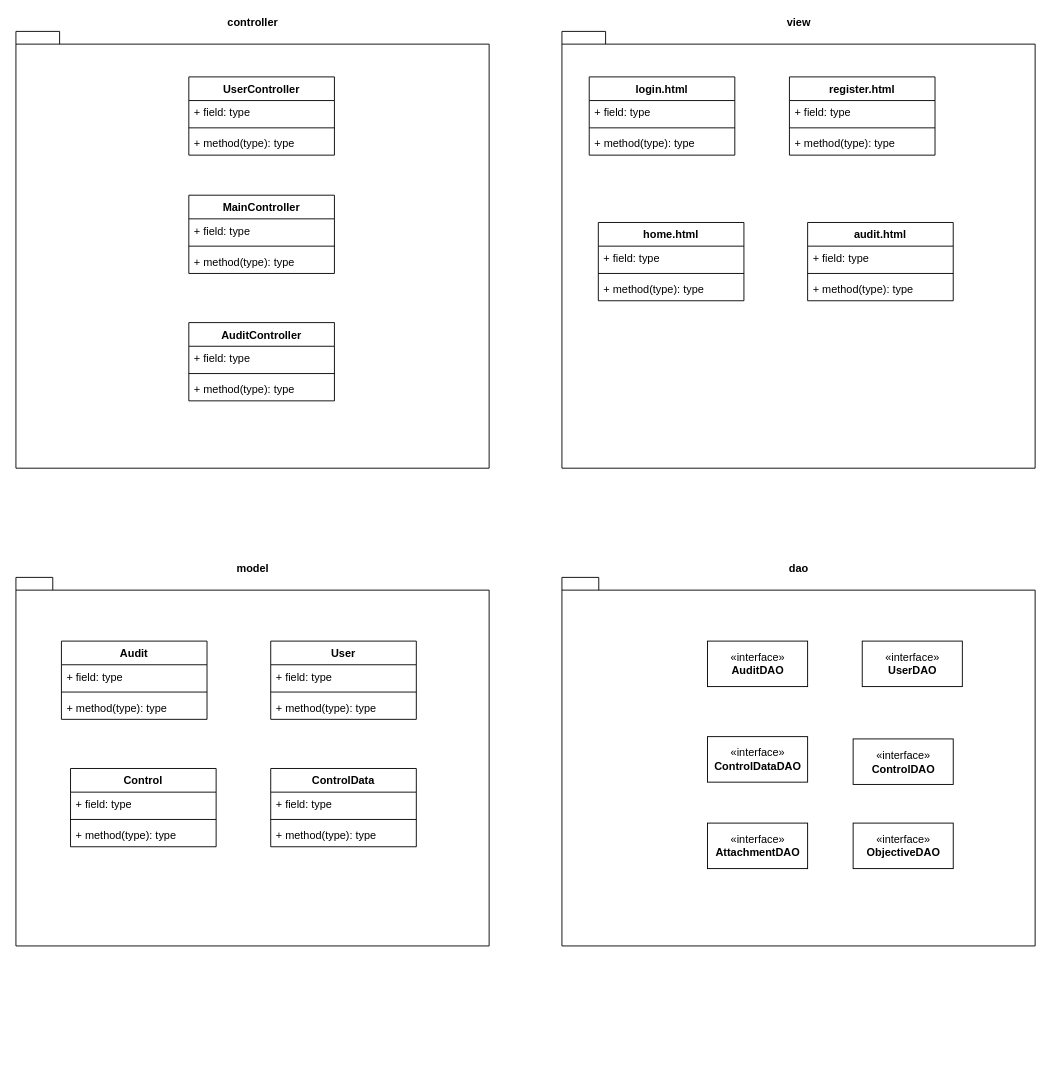
Before: classDiagram.drawio in Carrivax/diagrams, a draw.io diagram. Source tidied: cells renumbered, new cells numbered last; positions are measured from the earlier drawing's top-left corner, leaving out a move shared by most shapes. Both pictures are drawn from the tidied source at 91%, with x=0, y=0 at pixel (15, 31).
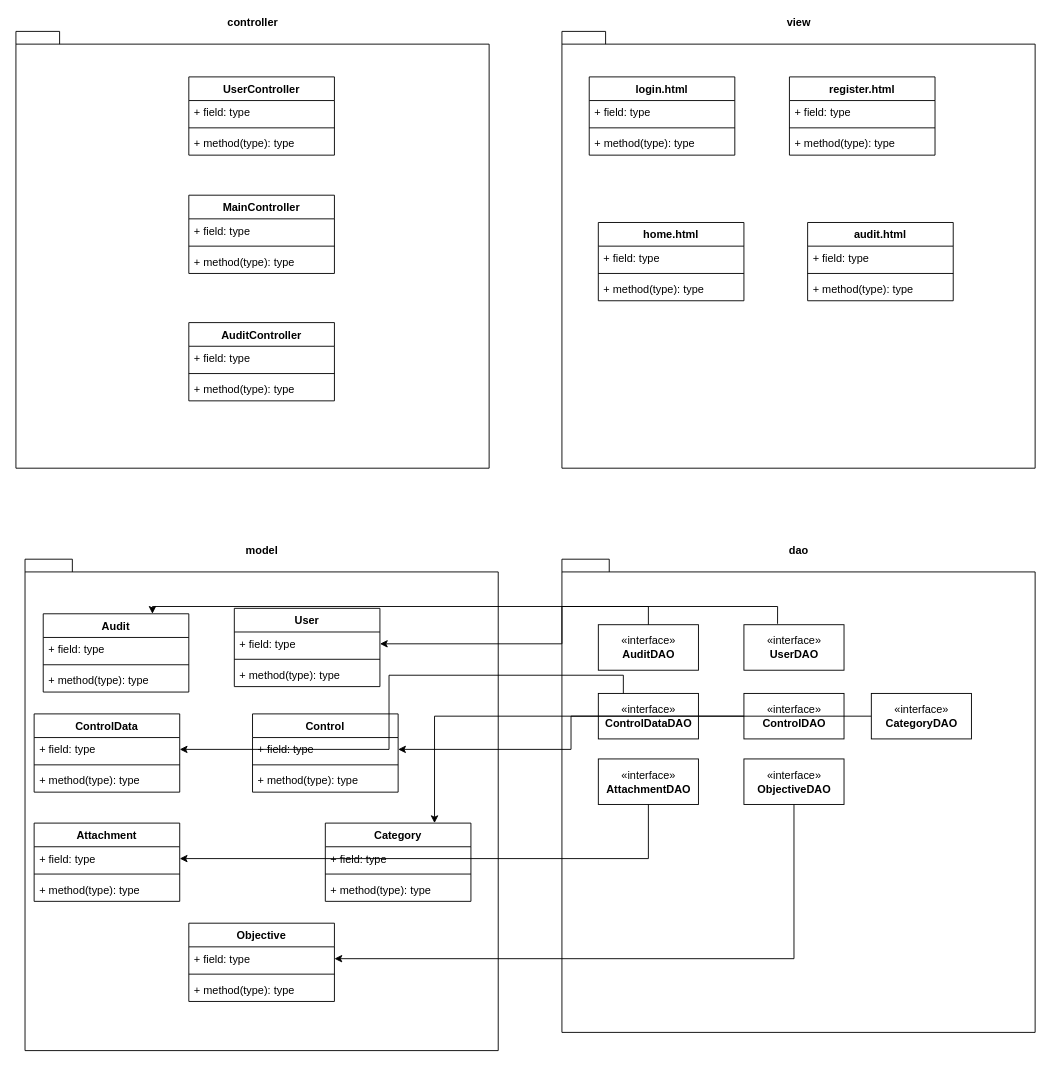
After the change.

The change refers to these unchanged cells:
```xml
<mxCell id="20" value="+ field: type" style="text;strokeColor=none;fillColor=none;align=left;verticalAlign=top;spacingLeft=4;spacingRight=4;overflow=hidden;points=[[0,0.5],[1,0.5]];portConstraint=eastwest;" parent="19" vertex="1">
  <mxGeometry y="26" width="160" height="26" as="geometry" />
</mxCell>
<mxCell id="28" value="+ field: type" style="text;strokeColor=none;fillColor=none;align=left;verticalAlign=top;spacingLeft=4;spacingRight=4;overflow=hidden;points=[[0,0.5],[1,0.5]];portConstraint=eastwest;" parent="27" vertex="1">
  <mxGeometry y="26" width="160" height="26" as="geometry" />
</mxCell>
<mxCell id="32" value="+ field: type" style="text;strokeColor=none;fillColor=none;align=left;verticalAlign=top;spacingLeft=4;spacingRight=4;overflow=hidden;points=[[0,0.5],[1,0.5]];portConstraint=eastwest;" parent="31" vertex="1">
  <mxGeometry y="26" width="160" height="26" as="geometry" />
</mxCell>
```

Diff of the diagram source:
```diff
@@
     <mxCell id="2" value="&lt;div&gt;model&lt;/div&gt;" style="shape=folder;fontStyle=1;spacingTop=10;tabWidth=40;tabHeight=14;tabPosition=left;html=1;labelPosition=center;verticalLabelPosition=top;align=center;verticalAlign=bottom;horizontal=1;" parent="1" vertex="1">
-      <mxGeometry y="600" width="520" height="405" as="geometry" />
+      <mxGeometry x="10" y="580" width="520" height="540" as="geometry" />
     </mxCell>
     <mxCell id="3" value="&lt;div&gt;dao&lt;/div&gt;" style="shape=folder;fontStyle=1;spacingTop=10;tabWidth=40;tabHeight=14;tabPosition=left;html=1;labelPosition=center;verticalLabelPosition=top;align=center;verticalAlign=bottom;horizontal=1;" parent="1" vertex="1">
-      <mxGeometry x="600" y="600" width="520" height="405" as="geometry" />
+      <mxGeometry x="600" y="580" width="520" height="520" as="geometry" />
     </mxCell>
@@
     <mxCell id="14" value="«interface»&lt;br&gt;&lt;b&gt;AuditDAO&lt;/b&gt;" style="html=1;" parent="1" vertex="1">
-      <mxGeometry x="760" y="670" width="110" height="50" as="geometry" />
+      <mxGeometry x="640" y="652" width="110" height="50" as="geometry" />
     </mxCell>
     <mxCell id="15" value="«interface»&lt;br&gt;&lt;b&gt;UserDAO&lt;/b&gt;" style="html=1;" parent="1" vertex="1">
-      <mxGeometry x="930" y="670" width="110" height="50" as="geometry" />
+      <mxGeometry x="800" y="652" width="110" height="50" as="geometry" />
     </mxCell>
     <mxCell id="16" value="«interface»&lt;br&gt;&lt;b&gt;ControlDataDAO&lt;/b&gt;" style="html=1;" parent="1" vertex="1">
-      <mxGeometry x="760" y="775" width="110" height="50" as="geometry" />
+      <mxGeometry x="640" y="727.5" width="110" height="50" as="geometry" />
     </mxCell>
     <mxCell id="17" value="«interface»&lt;br&gt;&lt;b&gt;ControlDAO&lt;/b&gt;" style="html=1;" parent="1" vertex="1">
-      <mxGeometry x="920" y="777.5" width="110" height="50" as="geometry" />
+      <mxGeometry x="800" y="727.5" width="110" height="50" as="geometry" />
     </mxCell>
     <mxCell id="18" value="«interface»&lt;br&gt;&lt;b&gt;AttachmentDAO&lt;/b&gt;" style="html=1;" parent="1" vertex="1">
-      <mxGeometry x="760" y="870" width="110" height="50" as="geometry" />
+      <mxGeometry x="640" y="799.5" width="110" height="50" as="geometry" />
     </mxCell>
     <mxCell id="19" value="User" style="swimlane;fontStyle=1;align=center;verticalAlign=top;horizontal=1;startSize=26;" parent="1" vertex="1">
-      <mxGeometry x="280" y="670" width="160" height="86" as="geometry" />
+      <mxGeometry x="240" y="634" width="160" height="86" as="geometry" />
     </mxCell>
@@
+    <mxCell id="56" style="edgeStyle=orthogonalEdgeStyle;rounded=0;jettySize=auto;html=1;exitX=0.5;exitY=0;exitDx=0;exitDy=0;entryX=0.75;entryY=0;entryDx=0;entryDy=0;" parent="1" edge="1" source="14" target="23">
+      <mxGeometry relative="1" as="geometry" />
+    </mxCell>
     <mxCell id="23" value="Audit" style="swimlane;fontStyle=1;align=center;verticalAlign=top;horizontal=1;startSize=26;" parent="1" vertex="1">
-      <mxGeometry x="50" y="670" width="160" height="86" as="geometry" />
+      <mxGeometry x="30" y="640" width="160" height="86" as="geometry" />
     </mxCell>
@@
     <mxCell id="27" value="Control" style="swimlane;fontStyle=1;align=center;verticalAlign=top;horizontal=1;startSize=26;" parent="1" vertex="1">
-      <mxGeometry x="60" y="810" width="160" height="86" as="geometry" />
+      <mxGeometry x="260" y="750" width="160" height="86" as="geometry" />
     </mxCell>
@@
     <mxCell id="31" value="ControlData" style="swimlane;fontStyle=1;align=center;verticalAlign=top;horizontal=1;startSize=26;" parent="1" vertex="1">
-      <mxGeometry x="280" y="810" width="160" height="86" as="geometry" />
+      <mxGeometry x="20" y="750" width="160" height="86" as="geometry" />
     </mxCell>
@@
     <mxCell id="47" value="«interface»&lt;br&gt;&lt;b&gt;ObjectiveDAO&lt;/b&gt;" style="html=1;" parent="1" vertex="1">
-      <mxGeometry x="920" y="870" width="110" height="50" as="geometry" />
+      <mxGeometry x="800" y="799.5" width="110" height="50" as="geometry" />
     </mxCell>
@@
+    <mxCell id="57" value="Attachment" style="swimlane;fontStyle=1;align=center;verticalAlign=top;horizontal=1;startSize=26;" parent="1" vertex="1">
+      <mxGeometry x="20" y="870" width="160" height="86" as="geometry" />
+    </mxCell>
+    <mxCell id="58" value="+ field: type" style="text;strokeColor=none;fillColor=none;align=left;verticalAlign=top;spacingLeft=4;spacingRight=4;overflow=hidden;points=[[0,0.5],[1,0.5]];portConstraint=eastwest;" parent="57" vertex="1">
+      <mxGeometry y="26" width="160" height="26" as="geometry" />
+    </mxCell>
+    <mxCell id="59" style="line;strokeWidth=1;fillColor=none;align=left;verticalAlign=middle;spacingTop=-1;spacingLeft=3;spacingRight=3;labelPosition=right;" parent="57" vertex="1">
+      <mxGeometry y="52" width="160" height="8" as="geometry" />
+    </mxCell>
+    <mxCell id="60" value="+ method(type): type" style="text;strokeColor=none;fillColor=none;align=left;verticalAlign=top;spacingLeft=4;spacingRight=4;overflow=hidden;" parent="57" vertex="1">
+      <mxGeometry y="60" width="160" height="26" as="geometry" />
+    </mxCell>
+    <mxCell id="61" value="Objective&#10;" style="swimlane;fontStyle=1;align=center;verticalAlign=top;horizontal=1;startSize=26;" parent="1" vertex="1">
+      <mxGeometry x="190" y="980" width="160" height="86" as="geometry" />
+    </mxCell>
+    <mxCell id="62" value="+ field: type" style="text;strokeColor=none;fillColor=none;align=left;verticalAlign=top;spacingLeft=4;spacingRight=4;overflow=hidden;points=[[0,0.5],[1,0.5]];portConstraint=eastwest;" parent="61" vertex="1">
+      <mxGeometry y="26" width="160" height="26" as="geometry" />
+    </mxCell>
+    <mxCell id="63" style="line;strokeWidth=1;fillColor=none;align=left;verticalAlign=middle;spacingTop=-1;spacingLeft=3;spacingRight=3;labelPosition=right;" parent="61" vertex="1">
+      <mxGeometry y="52" width="160" height="8" as="geometry" />
+    </mxCell>
+    <mxCell id="64" value="+ method(type): type" style="text;strokeColor=none;fillColor=none;align=left;verticalAlign=top;spacingLeft=4;spacingRight=4;overflow=hidden;" parent="61" vertex="1">
+      <mxGeometry y="60" width="160" height="26" as="geometry" />
+    </mxCell>
+    <mxCell id="65" style="edgeStyle=orthogonalEdgeStyle;rounded=0;jettySize=auto;html=1;entryX=0.75;entryY=0;entryDx=0;entryDy=0;" parent="1" edge="1" source="70" target="66">
+      <mxGeometry relative="1" as="geometry" />
+    </mxCell>
+    <mxCell id="66" value="Category" style="swimlane;fontStyle=1;align=center;verticalAlign=top;horizontal=1;startSize=26;" parent="1" vertex="1">
+      <mxGeometry x="340" y="870" width="160" height="86" as="geometry" />
+    </mxCell>
+    <mxCell id="67" value="+ field: type" style="text;strokeColor=none;fillColor=none;align=left;verticalAlign=top;spacingLeft=4;spacingRight=4;overflow=hidden;" parent="66" vertex="1">
+      <mxGeometry y="26" width="160" height="26" as="geometry" />
+    </mxCell>
+    <mxCell id="68" style="line;strokeWidth=1;fillColor=none;align=left;verticalAlign=middle;spacingTop=-1;spacingLeft=3;spacingRight=3;labelPosition=right;" parent="66" vertex="1">
+      <mxGeometry y="52" width="160" height="8" as="geometry" />
+    </mxCell>
+    <mxCell id="69" value="+ method(type): type" style="text;strokeColor=none;fillColor=none;align=left;verticalAlign=top;spacingLeft=4;spacingRight=4;overflow=hidden;" parent="66" vertex="1">
+      <mxGeometry y="60" width="160" height="26" as="geometry" />
+    </mxCell>
+    <mxCell id="70" value="«interface»&lt;br&gt;&lt;b&gt;CategoryDAO&lt;/b&gt;" style="html=1;" parent="1" vertex="1">
+      <mxGeometry x="940" y="727.5" width="110" height="50" as="geometry" />
+    </mxCell>
+    <mxCell id="71" style="edgeStyle=orthogonalEdgeStyle;rounded=0;jettySize=auto;html=1;exitX=0.336;exitY=-0.02;exitDx=0;exitDy=0;entryX=1;entryY=0.5;entryDx=0;entryDy=0;exitPerimeter=0;" parent="1" edge="1" source="15" target="20">
+      <mxGeometry relative="1" as="geometry" />
+    </mxCell>
+    <mxCell id="72" style="edgeStyle=orthogonalEdgeStyle;rounded=0;jettySize=auto;html=1;entryX=1;entryY=0.5;entryDx=0;entryDy=0;" parent="1" edge="1" source="17" target="28">
+      <mxGeometry relative="1" as="geometry" />
+    </mxCell>
+    <mxCell id="73" style="edgeStyle=orthogonalEdgeStyle;rounded=0;jettySize=auto;html=1;exitX=0.25;exitY=0;exitDx=0;exitDy=0;entryX=1;entryY=0.5;entryDx=0;entryDy=0;" parent="1" edge="1" source="16" target="32">
+      <mxGeometry relative="1" as="geometry" />
+    </mxCell>
+    <mxCell id="74" style="edgeStyle=orthogonalEdgeStyle;rounded=0;jettySize=auto;html=1;entryX=1;entryY=0.5;entryDx=0;entryDy=0;" parent="1" edge="1" source="18" target="58">
+      <mxGeometry relative="1" as="geometry" />
+    </mxCell>
+    <mxCell id="75" style="edgeStyle=orthogonalEdgeStyle;rounded=0;jettySize=auto;html=1;entryX=1;entryY=0.5;entryDx=0;entryDy=0;" parent="1" edge="1" source="47" target="62">
+      <mxGeometry relative="1" as="geometry" />
+    </mxCell>
```
